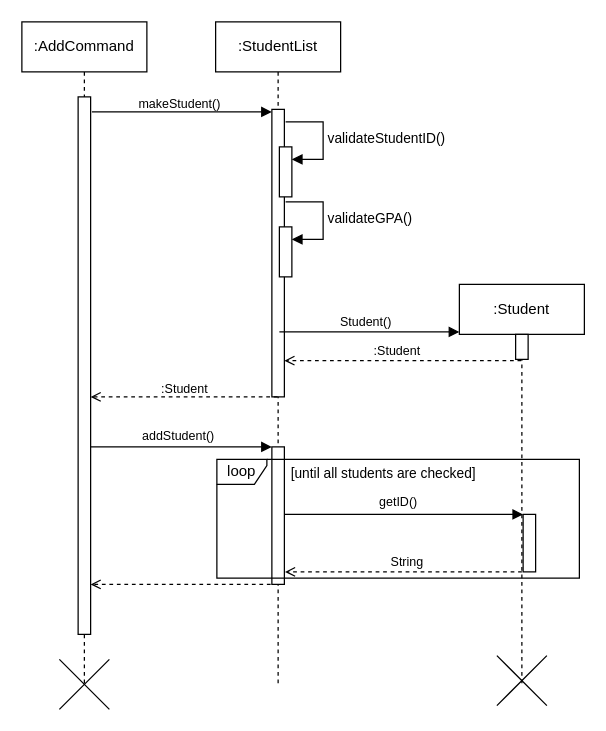
paulktham/tp keeps this draw.io diagram as docs/Untitled Diagram.drawio. Above is the earlier version. Source tidied: cells renumbered, new cells numbered last; positions are measured from the earlier drawing's top-left corner, leaving out a move shared by most shapes. Both pictures are drawn from the tidied source at 125%, with x=0, y=0 at pixel (21, 21).
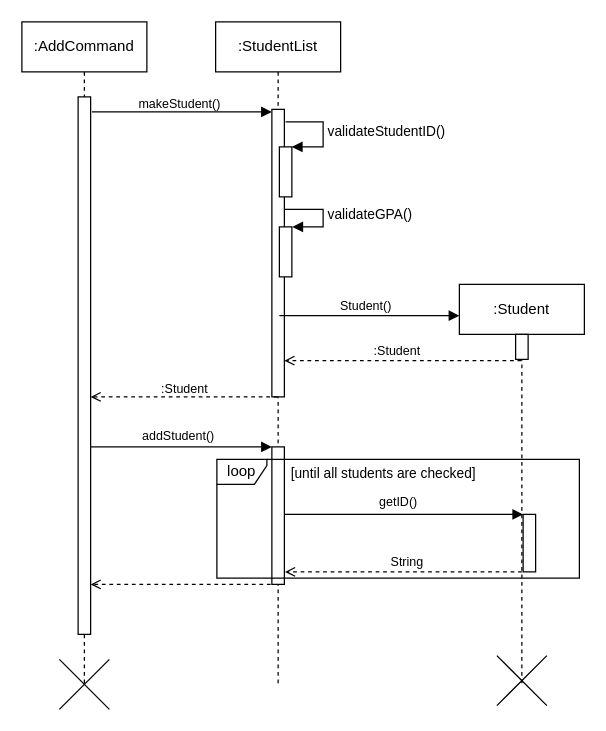
The same page after the edit.

The change refers to these unchanged cells:
```xml
<mxCell id="7" value=":StudentList" style="shape=umlLifeline;perimeter=lifelinePerimeter;whiteSpace=wrap;html=1;newEdgeStyle={&quot;edgeStyle&quot;:&quot;elbowEdgeStyle&quot;,&quot;elbow&quot;:&quot;vertical&quot;,&quot;curved&quot;:0,&quot;rounded&quot;:0};" parent="1" vertex="1">
  <mxGeometry x="155" width="100" height="530" as="geometry" />
</mxCell>
<mxCell id="8" style="html=1;points=[[0,0,0,0,5],[0,1,0,0,-5],[1,0,0,0,5],[1,1,0,0,-5]];perimeter=orthogonalPerimeter;outlineConnect=0;targetShapes=umlLifeline;portConstraint=eastwest;newEdgeStyle={&quot;curved&quot;:0,&quot;rounded&quot;:0};" parent="7" vertex="1">
  <mxGeometry x="45" y="70" width="10" height="230" as="geometry" />
</mxCell>
<mxCell id="9" style="html=1;points=[[0,0,0,0,5],[0,1,0,0,-5],[1,0,0,0,5],[1,1,0,0,-5]];perimeter=orthogonalPerimeter;outlineConnect=0;targetShapes=umlLifeline;portConstraint=eastwest;newEdgeStyle={&quot;curved&quot;:0,&quot;rounded&quot;:0};" parent="7" vertex="1">
  <mxGeometry x="51" y="100" width="10" height="40" as="geometry" />
</mxCell>
<mxCell id="22" style="html=1;points=[[0,0,0,0,5],[0,1,0,0,-5],[1,0,0,0,5],[1,1,0,0,-5]];perimeter=orthogonalPerimeter;outlineConnect=0;targetShapes=umlLifeline;portConstraint=eastwest;newEdgeStyle={&quot;curved&quot;:0,&quot;rounded&quot;:0};" parent="1" vertex="1">
  <mxGeometry x="206" y="164" width="10" height="40" as="geometry" />
</mxCell>
```

Change to the diagram source:
```diff
@@
     <mxCell id="10" value="validateStudentID()" style="html=1;align=left;spacingLeft=2;endArrow=block;rounded=0;edgeStyle=orthogonalEdgeStyle;curved=0;rounded=0;" parent="7" edge="1" target="9">
       <mxGeometry relative="1" as="geometry">
         <mxPoint x="56" y="80" as="sourcePoint" />
         <Array as="points">
-          <mxPoint x="86" y="110" />
+          <mxPoint x="86" y="80" />
+          <mxPoint x="86" y="100" />
         </Array>
       </mxGeometry>
     </mxCell>
@@
     <mxCell id="13" value="&lt;font style=&quot;font-size: 10px;&quot;&gt;Student()&lt;/font&gt;" style="text;html=1;align=center;verticalAlign=middle;strokeColor=none;fillColor=none;" parent="1" vertex="1">
-      <mxGeometry x="245" y="225" width="60" height="30" as="geometry" />
+      <mxGeometry x="245" y="212" width="60" height="30" as="geometry" />
     </mxCell>
@@
     <mxCell id="21" style="html=1;verticalAlign=bottom;labelBackgroundColor=none;endArrow=block;endFill=1;rounded=0;" parent="1" edge="1">
       <mxGeometry relative="1" as="geometry">
-        <mxPoint x="206" y="248" as="sourcePoint" />
-        <mxPoint x="350" y="248" as="targetPoint" />
+        <mxPoint x="206" y="235" as="sourcePoint" />
+        <mxPoint x="350" y="235" as="targetPoint" />
         <Array as="points">
-          <mxPoint x="260" y="248" />
+          <mxPoint x="260" y="235" />
         </Array>
       </mxGeometry>
     </mxCell>
@@
-    <mxCell id="23" value="validateGPA()" style="html=1;align=left;spacingLeft=2;endArrow=block;rounded=0;edgeStyle=orthogonalEdgeStyle;curved=0;rounded=0;" parent="1" edge="1" target="22">
+    <mxCell id="23" value="validateGPA()" style="html=1;align=left;spacingLeft=2;endArrow=block;rounded=0;edgeStyle=orthogonalEdgeStyle;curved=0;rounded=0;entryX=1.044;entryY=0.025;entryDx=0;entryDy=0;entryPerimeter=0;" parent="1" edge="1" source="8">
       <mxGeometry relative="1" as="geometry">
-        <mxPoint x="211" y="144" as="sourcePoint" />
+        <mxPoint x="216.4" y="164" as="targetPoint" />
         <Array as="points">
-          <mxPoint x="241" y="174" />
+          <mxPoint x="241" y="150" />
+          <mxPoint x="241" y="164" />
         </Array>
       </mxGeometry>
     </mxCell>
```
